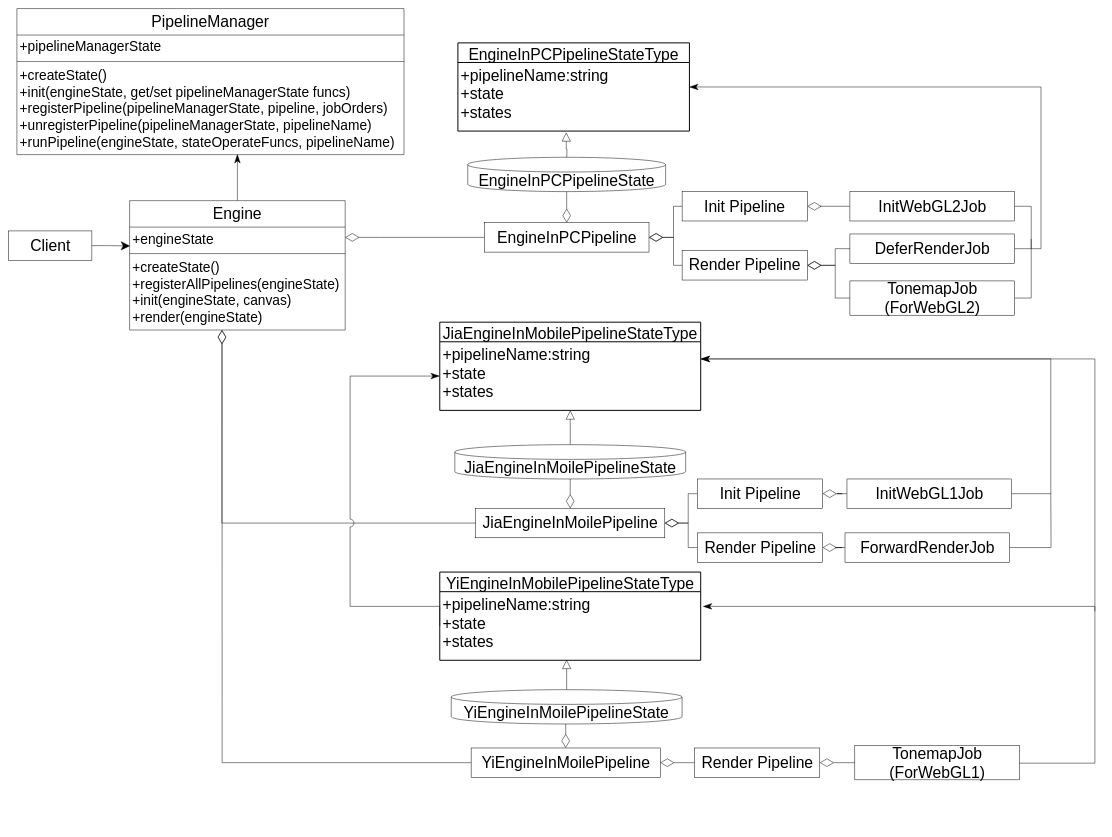
Above: packages/管道模式/story_improve/UML.drawio in yyc-git/3DProgramPattern (draw.io), before the change. Source tidied: cells renumbered, new cells numbered last; positions are measured from the earlier drawing's top-left corner, leaving out a move shared by most shapes. Both pictures are drawn from the tidied source at 49%, with x=0, y=0 at pixel (8, 8).
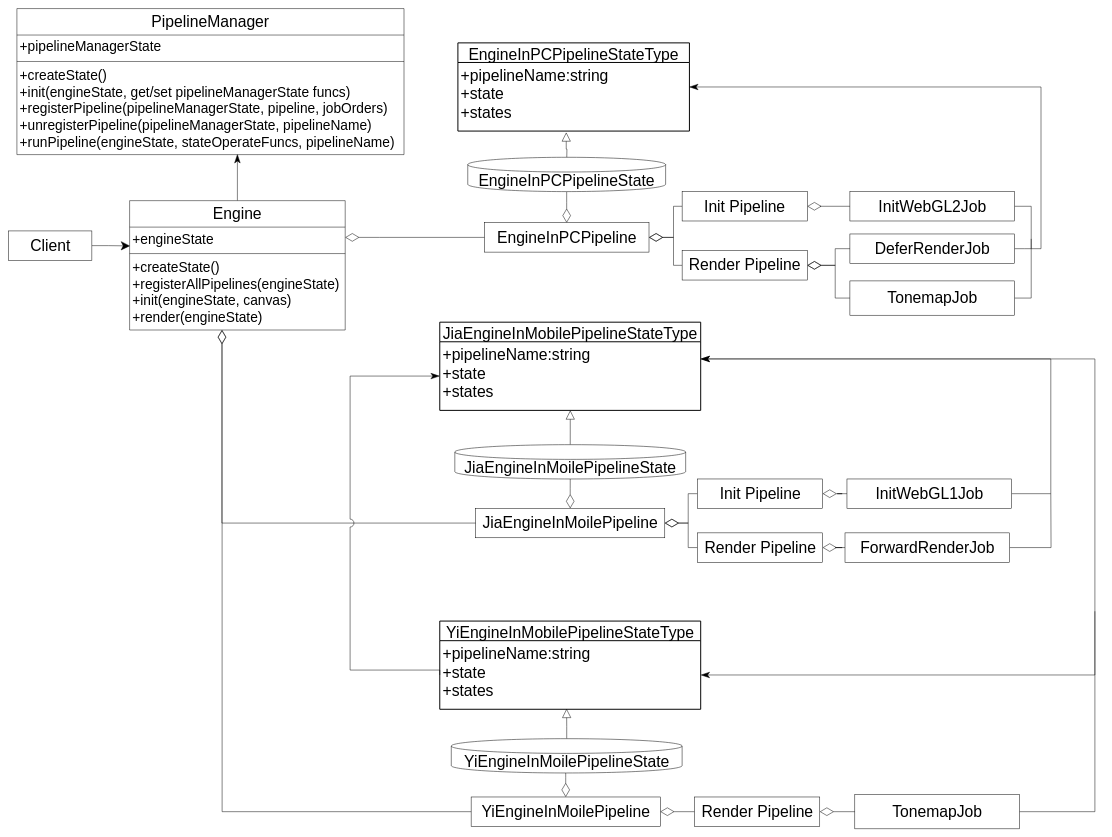
Above is the later version.

The change refers to these unchanged cells:
```xml
<mxCell id="17" value="+pipelineName:string&#10;+state&#10;+states" style="align=left;strokeColor=none;fillColor=none;spacingLeft=4;fontSize=32;verticalAlign=top;" parent="16" vertex="1">
  <mxGeometry y="40" width="532.5" height="140" as="geometry" />
</mxCell>
<mxCell id="19" value="+pipelineName:string&#10;+state&#10;+states" style="align=left;strokeColor=none;fillColor=none;spacingLeft=4;fontSize=32;verticalAlign=top;" parent="18" vertex="1">
  <mxGeometry y="40" width="532.5" height="140" as="geometry" />
</mxCell>
<mxCell id="62" value="+createState()&#10;+registerAllPipelines(engineState)&#10;+init(engineState, canvas)&#10;+render(engineState)" style="text;strokeColor=none;fillColor=none;align=left;verticalAlign=top;spacingLeft=4;spacingRight=4;overflow=hidden;points=[[0,0.5],[1,0.5]];portConstraint=eastwest;fontSize=28;" parent="59" vertex="1">
  <mxGeometry y="112" width="440" height="152" as="geometry" />
</mxCell>
```

Diff of the diagram source:
```diff
@@
-    <mxCell id="15" value="TonemapJob&lt;br&gt;(ForWebGL2)" style="html=1;fontSize=32;" parent="1" vertex="1">
+    <mxCell id="15" value="TonemapJob" style="html=1;fontSize=32;" parent="1" vertex="1">
       <mxGeometry x="1717" y="555.8" width="336" height="70" as="geometry" />
     </mxCell>
@@
     <mxCell id="18" value="YiEngineInMobilePipelineStateType" style="swimlane;horizontal=1;startSize=40;rounded=0;fontSize=32;fontStyle=0;strokeWidth=2;shadow=0;dashed=0;align=center;" parent="1" vertex="1">
-      <mxGeometry x="880" y="1150" width="532.5" height="180" as="geometry" />
+      <mxGeometry x="880" y="1250" width="532.5" height="180" as="geometry" />
     </mxCell>
@@
-    <mxCell id="26" style="edgeStyle=orthogonalEdgeStyle;rounded=0;jumpStyle=arc;jumpSize=26;orthogonalLoop=1;jettySize=auto;html=1;startArrow=none;startFill=0;endArrow=classicThin;endFill=1;startSize=16;endSize=16;" parent="1" edge="1">
+    <mxCell id="26" style="edgeStyle=orthogonalEdgeStyle;rounded=0;jumpStyle=arc;jumpSize=26;jettySize=auto;html=1;startArrow=none;startFill=0;endArrow=classicThin;endFill=1;startSize=16;endSize=16;entryX=1;entryY=0.5;entryDx=0;entryDy=0;" parent="1" edge="1" target="19">
       <mxGeometry relative="1" as="geometry">
         <mxPoint x="2217" y="1230" as="sourcePoint" />
-        <mxPoint x="1417" y="1220" as="targetPoint" />
         <Array as="points">
-          <mxPoint x="1996" y="1220" />
-          <mxPoint x="1396" y="1220" />
+          <mxPoint x="2217" y="1360" />
         </Array>
       </mxGeometry>
     </mxCell>
     <mxCell id="27" style="edgeStyle=orthogonalEdgeStyle;rounded=0;jumpStyle=none;jumpSize=16;jettySize=auto;html=1;entryX=0.5;entryY=1;entryDx=0;entryDy=0;startArrow=diamondThin;startFill=0;endArrow=none;endFill=0;startSize=26;endSize=26;" parent="1" edge="1" source="29">
       <mxGeometry relative="1" as="geometry">
-        <mxPoint x="1137" y="1460" as="targetPoint" />
+        <mxPoint x="1137" y="1560" as="targetPoint" />
       </mxGeometry>
     </mxCell>
@@
     <mxCell id="29" value="YiEngineInMoilePipeline" style="html=1;fontSize=32;" parent="1" vertex="1">
-      <mxGeometry x="944" y="1509" width="386" height="60" as="geometry" />
+      <mxGeometry x="944" y="1609" width="386" height="60" as="geometry" />
     </mxCell>
     <mxCell id="30" style="edgeStyle=orthogonalEdgeStyle;rounded=0;jumpStyle=none;jumpSize=26;jettySize=auto;html=1;entryX=1;entryY=0.25;entryDx=0;entryDy=0;startArrow=none;startFill=0;endArrow=classicThin;endFill=1;startSize=16;endSize=16;exitX=1;exitY=0.5;exitDx=0;exitDy=0;" parent="1" edge="1" source="31" target="17">
       <mxGeometry relative="1" as="geometry">
         <Array as="points">
-          <mxPoint x="2063" y="1540" />
-          <mxPoint x="2217" y="1540" />
+          <mxPoint x="2217" y="1639" />
           <mxPoint x="2217" y="715" />
         </Array>
       </mxGeometry>
     </mxCell>
-    <mxCell id="31" value="TonemapJob&lt;br&gt;(ForWebGL1)" style="html=1;fontSize=32;" parent="1" vertex="1">
-      <mxGeometry x="1727" y="1504" width="336" height="70" as="geometry" />
+    <mxCell id="31" value="TonemapJob" style="html=1;fontSize=32;" parent="1" vertex="1">
+      <mxGeometry x="1727" y="1604" width="336" height="70" as="geometry" />
     </mxCell>
@@
     <mxCell id="33" style="edgeStyle=orthogonalEdgeStyle;rounded=0;jettySize=auto;html=1;entryX=0;entryY=0.5;entryDx=0;entryDy=0;endArrow=none;endFill=0;startSize=26;endSize=26;startArrow=diamondThin;startFill=0;jumpStyle=none;jumpSize=26;exitX=0.429;exitY=1;exitDx=0;exitDy=0;exitPerimeter=0;" parent="1" edge="1" source="62" target="29">
       <mxGeometry relative="1" as="geometry">
         <Array as="points">
-          <mxPoint x="436" y="1539" />
+          <mxPoint x="436" y="1639" />
         </Array>
       </mxGeometry>
     </mxCell>
@@
     <mxCell id="35" style="edgeStyle=orthogonalEdgeStyle;rounded=0;jumpStyle=arc;jumpSize=16;jettySize=auto;html=1;entryX=0;entryY=0.5;entryDx=0;entryDy=0;startArrow=none;startFill=0;endArrow=classicThin;endFill=1;startSize=16;endSize=16;exitX=0;exitY=0.5;exitDx=0;exitDy=0;" parent="1" edge="1" source="19" target="17">
       <mxGeometry relative="1" as="geometry">
         <Array as="points">
-          <mxPoint x="864" y="1220" />
-          <mxPoint x="697" y="1220" />
-          <mxPoint x="697" y="810" />
+          <mxPoint x="880" y="1350" />
+          <mxPoint x="697" y="1350" />
+          <mxPoint x="697" y="750" />
         </Array>
       </mxGeometry>
     </mxCell>
@@
     <mxCell id="41" value="&lt;span style=&quot;font-size: 32px&quot;&gt;YiEngineInMoilePipelineState&lt;/span&gt;" style="shape=cylinder3;whiteSpace=wrap;html=1;boundedLbl=1;backgroundOutline=1;size=15;" parent="1" vertex="1">
-      <mxGeometry x="903.4" y="1390" width="471.1" height="70" as="geometry" />
+      <mxGeometry x="903.5" y="1490" width="471.1" height="70" as="geometry" />
     </mxCell>
@@
     <mxCell id="49" value="Render Pipeline" style="html=1;fontSize=32;" parent="1" vertex="1">
-      <mxGeometry x="1400" y="1509" width="255.5" height="60" as="geometry" />
+      <mxGeometry x="1400" y="1609" width="255.5" height="60" as="geometry" />
     </mxCell>
```
